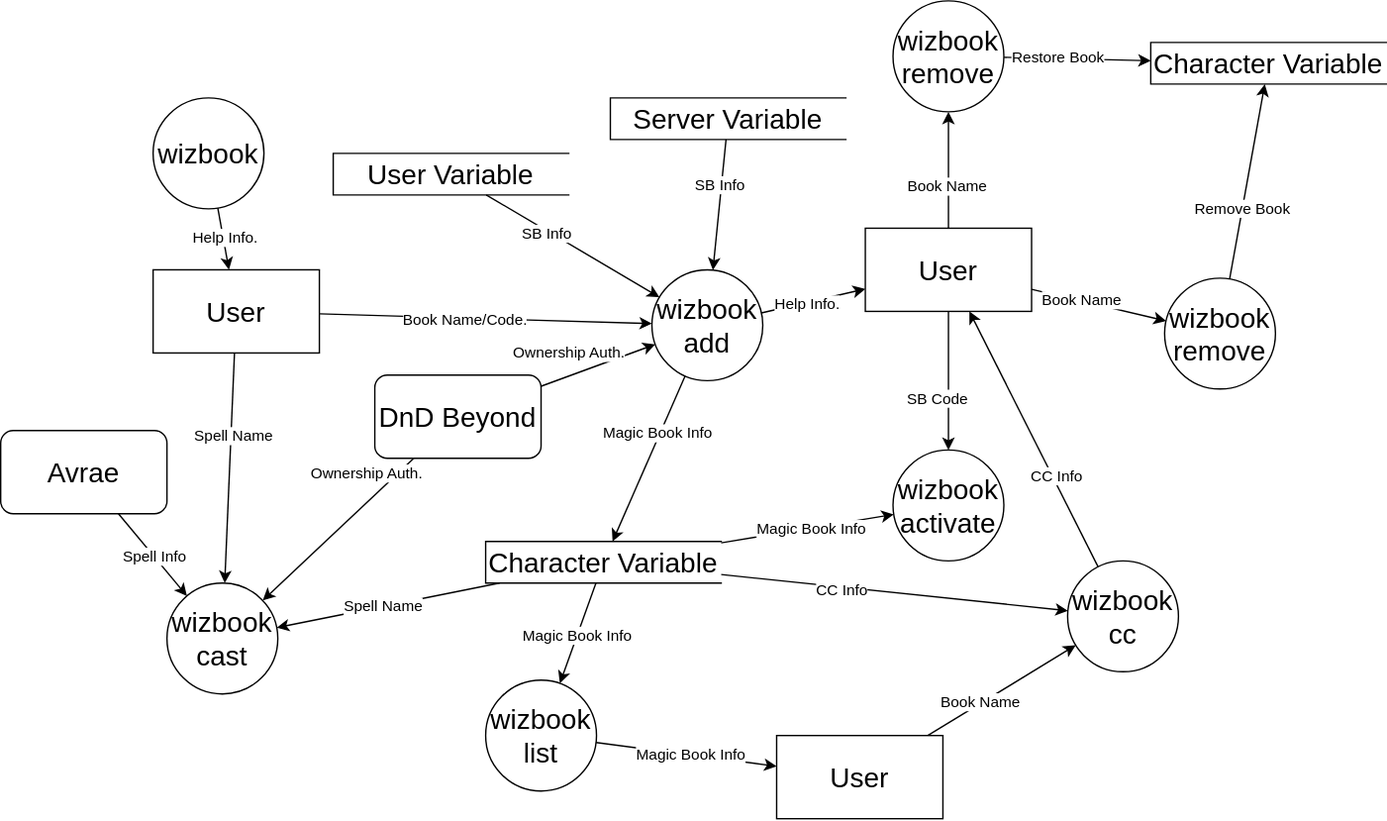
Earlier version of the draw.io export Design/wizbook_DFD.svg (SethHartman13/Magic-Book-Library). Source tidied: cells renumbered, new cells last; positions are measured from the earlier drawing's top-left corner, leaving out a move shared by most shapes.
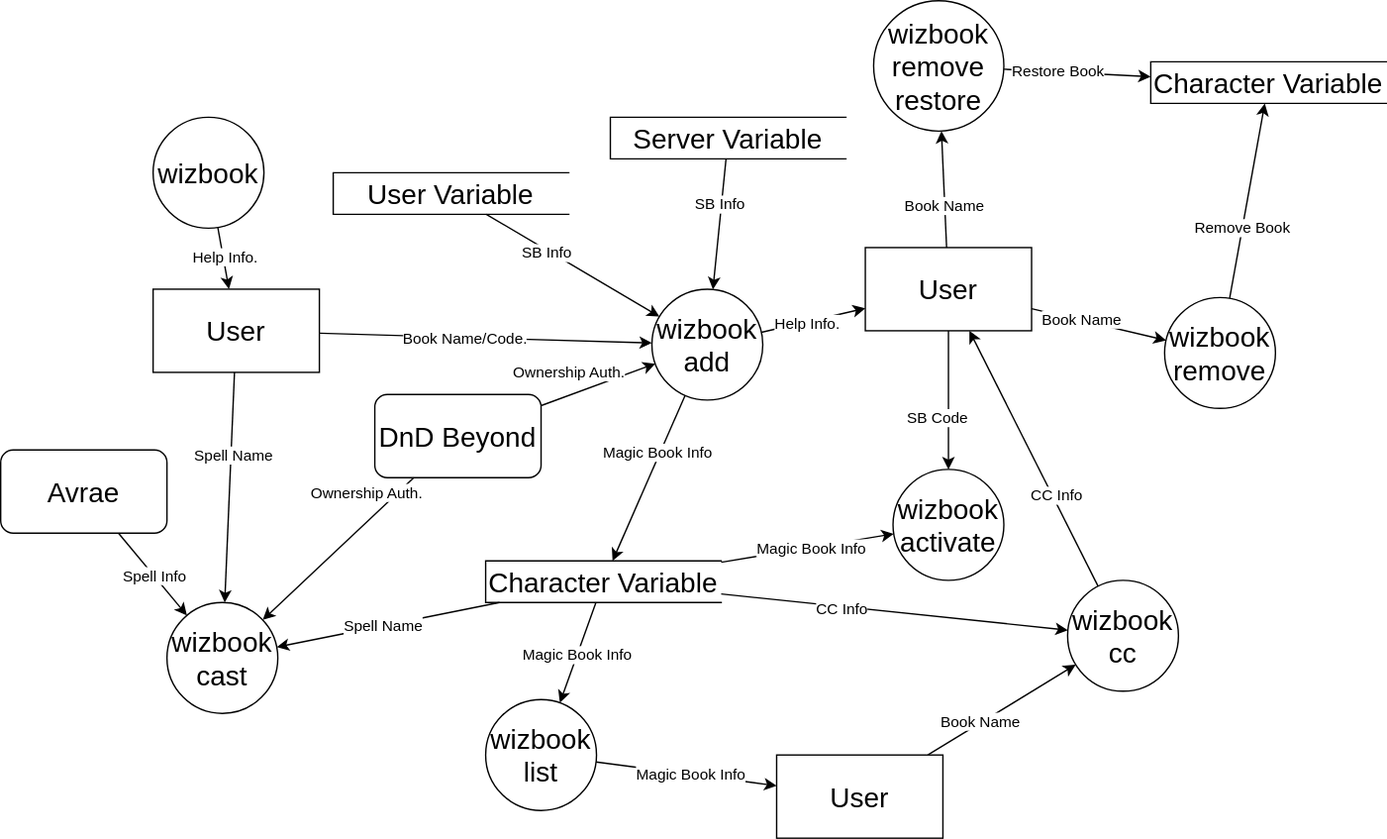
The same file after the commit.

The edit, as a diff of the source:
```diff
@@ -113,8 +113,8 @@
     <mxCell id="36" value="Remove Book" style="edgeLabel;html=1;align=center;verticalAlign=middle;" parent="35" vertex="1">
       <mxGeometry x="-0.28" y="1" relative="1" as="geometry" />
     </mxCell>
-    <mxCell id="37" value="&lt;font style=&quot;font-size: 20px;&quot;&gt;wizbook remove&lt;/font&gt;" style="ellipse;whiteSpace=wrap;html=1;" parent="1" vertex="1">
-      <mxGeometry x="644" width="80" height="80" as="geometry" />
+    <mxCell id="37" value="&lt;font style=&quot;font-size: 20px;&quot;&gt;wizbook remove&lt;br&gt;restore&lt;br&gt;&lt;/font&gt;" style="ellipse;whiteSpace=wrap;html=1;" parent="1" vertex="1">
+      <mxGeometry x="630" y="-14" width="94" height="94" as="geometry" />
     </mxCell>
     <mxCell id="38" style="endArrow=classic;html=1;rounded=0;noEdgeStyle=1;" parent="1" edge="1" source="37" target="55">
       <mxGeometry relative="1" as="geometry" />
```
